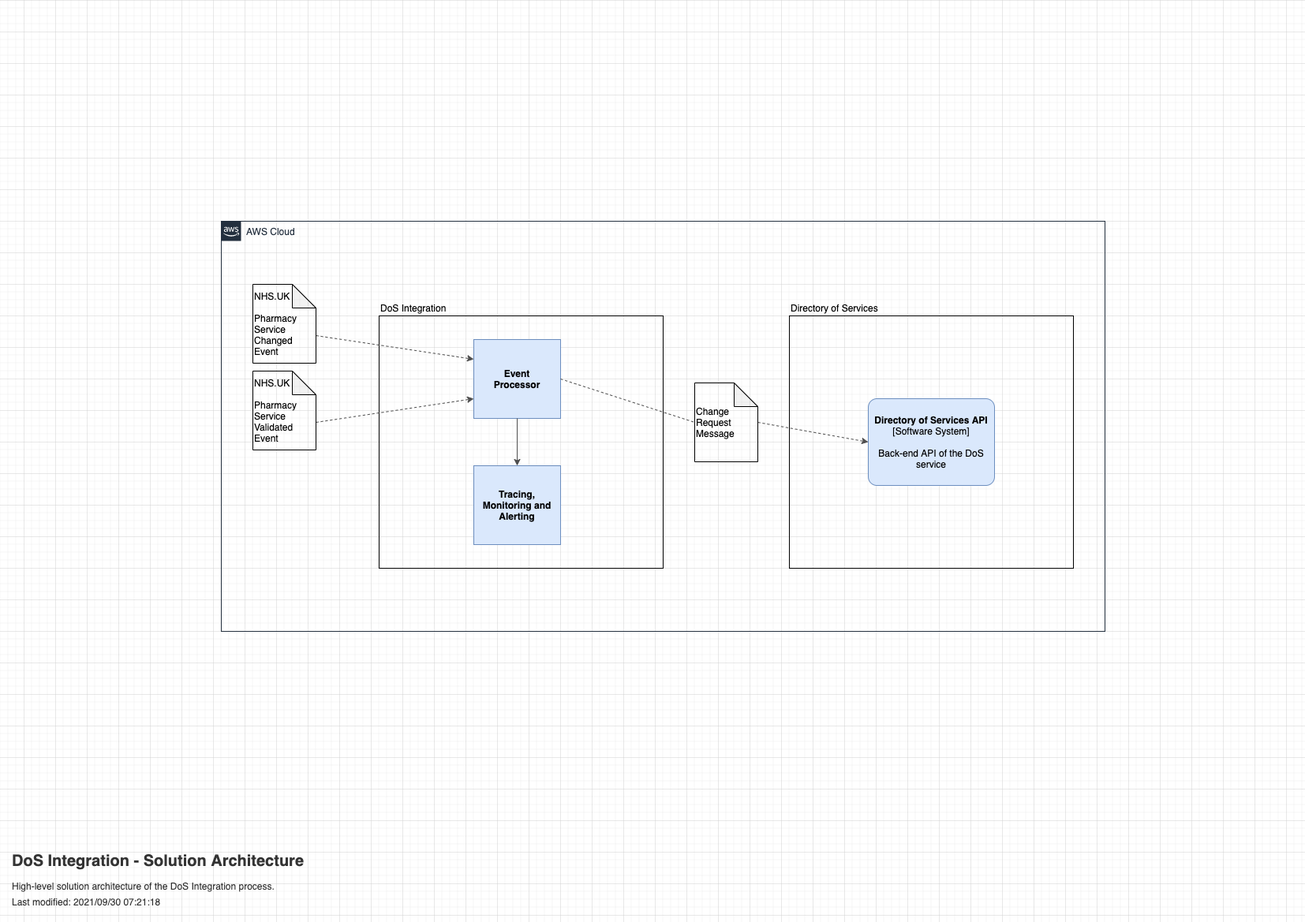
nhsd-exeter/dos-integration keeps this draw.io diagram as documentation/diagrams/DoS Integration - Solution Architecture.png. Above is the earlier version. Source tidied: cells renumbered, new cells last; positions are measured from the earlier drawing's top-left corner, leaving out a move shared by most shapes. Source of this version:
```xml
<mxGraphModel>
  <root>
    <mxCell id="0" />
    <mxCell id="1" parent="0" />
    <mxCell id="2" value="AWS Cloud" style="gradientColor=none;html=1;whiteSpace=wrap;fontSize=12;fontStyle=0;shape=mxgraph.aws4.group;grIcon=mxgraph.aws4.group_aws_cloud_alt;strokeColor=#232F3E;fillColor=none;verticalAlign=top;align=left;spacingLeft=30;dashed=0;fontColor=#232F3E;" parent="1" vertex="1">
      <mxGeometry x="270" width="1120" height="520" as="geometry" />
    </mxCell>
    <mxCell id="3" style="rounded=0;whiteSpace=wrap;html=1;fillColor=none;" parent="1" vertex="1">
      <mxGeometry x="470" y="120" width="360" height="320" as="geometry" />
    </mxCell>
    <mxCell id="4" value="Event&lt;br&gt;Processor" style="rounded=0;whiteSpace=wrap;html=1;fillColor=#dae8fc;strokeColor=#6c8ebf;fontStyle=1;" parent="1" vertex="1">
      <mxGeometry x="590" y="150" width="110" height="100" as="geometry" />
    </mxCell>
    <mxCell id="5" value="DoS Integration" style="text;html=1;strokeColor=none;fillColor=none;align=left;verticalAlign=middle;whiteSpace=wrap;rounded=0;fontStyle=0;" parent="1" vertex="1">
      <mxGeometry x="470" y="100" width="360" height="20" as="geometry" />
    </mxCell>
    <mxCell id="6" value="Tracing, Monitoring and Alerting" style="rounded=0;whiteSpace=wrap;html=1;fillColor=#dae8fc;strokeColor=#6c8ebf;fontStyle=1;" parent="1" vertex="1">
      <mxGeometry x="590" y="310" width="110" height="100" as="geometry" />
    </mxCell>
    <mxCell id="7" style="endArrow=classic;html=1;exitX=1;exitY=0.5;exitDx=0;exitDy=0;strokeColor=#4D4D4D;dashed=1;entryX=0;entryY=0.5;entryDx=0;entryDy=0;entryPerimeter=0;startArrow=none;" parent="1" edge="1" source="17" target="16">
      <mxGeometry relative="1" as="geometry" />
    </mxCell>
    <mxCell id="8" style="endArrow=classic;html=1;strokeColor=#4D4D4D;entryX=0.5;entryY=0;entryDx=0;entryDy=0;" parent="1" edge="1" source="4" target="6">
      <mxGeometry relative="1" as="geometry" />
    </mxCell>
    <mxCell id="9" value="&lt;h1&gt;&lt;font style=&quot;font-size: 20px&quot;&gt;DoS Integration - Solution Architecture&lt;/font&gt;&lt;/h1&gt;&lt;p style=&quot;line-height: 70%&quot;&gt;High-level solution architecture of the DoS Integration process.&lt;/p&gt;&lt;p style=&quot;line-height: 70%&quot;&gt;Last modified: 2021/09/30 07:21:18&lt;/p&gt;" style="text;html=1;strokeColor=none;fillColor=none;spacing=5;spacingTop=-20;whiteSpace=wrap;overflow=hidden;rounded=0;fontColor=#333333;" parent="1" vertex="1">
      <mxGeometry y="790" width="496" height="90" as="geometry" />
    </mxCell>
    <mxCell id="10" style="endArrow=classic;html=1;strokeColor=#4D4D4D;dashed=1;entryX=0;entryY=0.25;entryDx=0;entryDy=0;exitX=0;exitY=0;exitDx=80;exitDy=65;exitPerimeter=0;" parent="1" edge="1" source="12" target="4">
      <mxGeometry relative="1" as="geometry" />
    </mxCell>
    <mxCell id="11" style="endArrow=classic;html=1;strokeColor=#4D4D4D;dashed=1;entryX=0;entryY=0.75;entryDx=0;entryDy=0;exitX=0;exitY=0;exitDx=80;exitDy=65;exitPerimeter=0;" parent="1" edge="1" source="13" target="4">
      <mxGeometry relative="1" as="geometry" />
    </mxCell>
    <mxCell id="12" value="NHS.UK&lt;br&gt;&lt;br&gt;Pharmacy&lt;br&gt;Service&lt;br&gt;Changed&lt;br&gt;Event" style="shape=note;whiteSpace=wrap;html=1;backgroundOutline=1;darkOpacity=0.05;fillColor=none;align=left;" parent="1" vertex="1">
      <mxGeometry x="310" y="80" width="80" height="100" as="geometry" />
    </mxCell>
    <mxCell id="13" value="NHS.UK&lt;br&gt;&lt;br&gt;Pharmacy&lt;br&gt;Service&lt;br&gt;Validated Event" style="shape=note;whiteSpace=wrap;html=1;backgroundOutline=1;darkOpacity=0.05;fillColor=none;align=left;" parent="1" vertex="1">
      <mxGeometry x="310" y="190" width="80" height="100" as="geometry" />
    </mxCell>
    <mxCell id="14" style="rounded=0;whiteSpace=wrap;html=1;fillColor=none;" parent="1" vertex="1">
      <mxGeometry x="990" y="120" width="360" height="320" as="geometry" />
    </mxCell>
    <mxCell id="15" value="Directory of Services" style="text;html=1;strokeColor=none;fillColor=none;align=left;verticalAlign=middle;whiteSpace=wrap;rounded=0;fontStyle=0;" parent="1" vertex="1">
      <mxGeometry x="990" y="100" width="360" height="20" as="geometry" />
    </mxCell>
    <object id="16" label="&lt;b&gt;%c4Name%&lt;/b&gt;&lt;div&gt;[%c4Type%]&lt;/div&gt;&lt;br&gt;&lt;div&gt;%c4Description%&lt;/div&gt;" c4Description="Back-end API of the DoS service" c4Name="Directory of Services API" c4Type="Software System" placeholders="1">
      <mxCell style="rounded=1;whiteSpace=wrap;html=1;labelBackgroundColor=none;fillColor=#dae8fc;align=center;arcSize=10;strokeColor=#6c8ebf;metaData={&quot;c4Type&quot;:{&quot;editable&quot;:false}};points=[[0.25,0,0],[0.5,0,0],[0.75,0,0],[1,0.25,0],[1,0.5,0],[1,0.75,0],[0.75,1,0],[0.5,1,0],[0.25,1,0],[0,0.75,0],[0,0.5,0],[0,0.25,0]];" parent="1" vertex="1">
        <mxGeometry x="1090" y="225" width="160" height="110" as="geometry" />
      </mxCell>
    </object>
    <mxCell id="17" value="Change Request Message" style="shape=note;whiteSpace=wrap;html=1;backgroundOutline=1;darkOpacity=0.05;fillColor=none;align=left;" parent="1" vertex="1">
      <mxGeometry x="870" y="205" width="80" height="100" as="geometry" />
    </mxCell>
    <mxCell id="18" style="endArrow=none;html=1;exitX=1;exitY=0.5;exitDx=0;exitDy=0;strokeColor=#4D4D4D;dashed=1;entryX=0;entryY=0.5;entryDx=0;entryDy=0;entryPerimeter=0;" parent="1" edge="1" source="4" target="17">
      <mxGeometry relative="1" as="geometry" />
    </mxCell>
  </root>
</mxGraphModel>
```
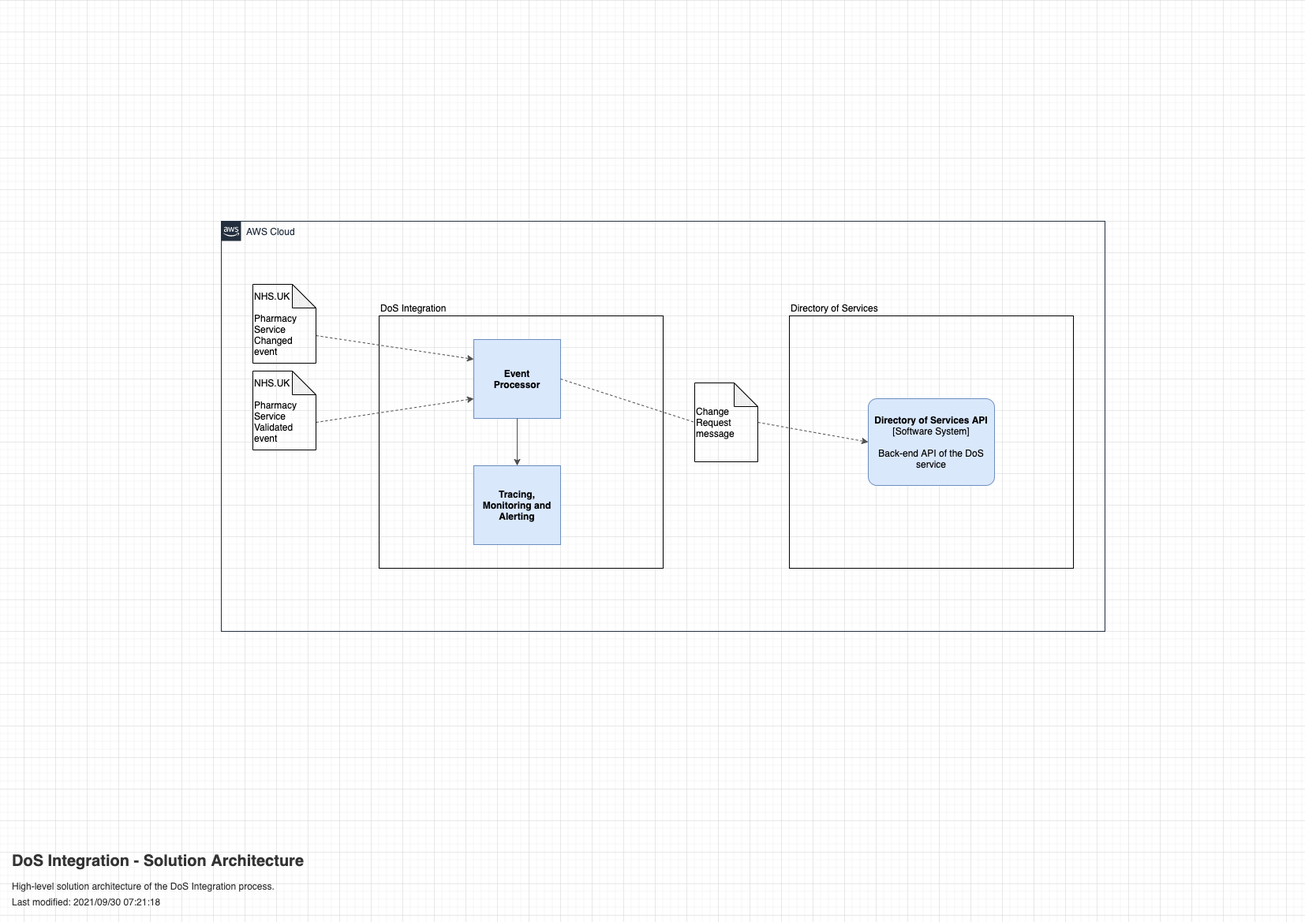
Above is the later version.

Commit message:
Update project configuration and diagrams

The edit, as a diff of the source:
```diff
@@ -32,10 +32,10 @@
     <mxCell id="11" style="endArrow=classic;html=1;strokeColor=#4D4D4D;dashed=1;entryX=0;entryY=0.75;entryDx=0;entryDy=0;exitX=0;exitY=0;exitDx=80;exitDy=65;exitPerimeter=0;" parent="1" edge="1" source="13" target="4">
       <mxGeometry relative="1" as="geometry" />
     </mxCell>
-    <mxCell id="12" value="NHS.UK&lt;br&gt;&lt;br&gt;Pharmacy&lt;br&gt;Service&lt;br&gt;Changed&lt;br&gt;Event" style="shape=note;whiteSpace=wrap;html=1;backgroundOutline=1;darkOpacity=0.05;fillColor=none;align=left;" parent="1" vertex="1">
+    <mxCell id="12" value="NHS.UK&lt;br&gt;&lt;br&gt;Pharmacy&lt;br&gt;Service&lt;br&gt;Changed&lt;br&gt;event" style="shape=note;whiteSpace=wrap;html=1;backgroundOutline=1;darkOpacity=0.05;fillColor=none;align=left;" parent="1" vertex="1">
       <mxGeometry x="310" y="80" width="80" height="100" as="geometry" />
     </mxCell>
-    <mxCell id="13" value="NHS.UK&lt;br&gt;&lt;br&gt;Pharmacy&lt;br&gt;Service&lt;br&gt;Validated Event" style="shape=note;whiteSpace=wrap;html=1;backgroundOutline=1;darkOpacity=0.05;fillColor=none;align=left;" parent="1" vertex="1">
+    <mxCell id="13" value="NHS.UK&lt;br&gt;&lt;br&gt;Pharmacy&lt;br&gt;Service&lt;br&gt;Validated event" style="shape=note;whiteSpace=wrap;html=1;backgroundOutline=1;darkOpacity=0.05;fillColor=none;align=left;" parent="1" vertex="1">
       <mxGeometry x="310" y="190" width="80" height="100" as="geometry" />
     </mxCell>
     <mxCell id="14" style="rounded=0;whiteSpace=wrap;html=1;fillColor=none;" parent="1" vertex="1">
@@ -49,7 +49,7 @@
         <mxGeometry x="1090" y="225" width="160" height="110" as="geometry" />
       </mxCell>
     </object>
-    <mxCell id="17" value="Change Request Message" style="shape=note;whiteSpace=wrap;html=1;backgroundOutline=1;darkOpacity=0.05;fillColor=none;align=left;" parent="1" vertex="1">
+    <mxCell id="17" value="Change Request message" style="shape=note;whiteSpace=wrap;html=1;backgroundOutline=1;darkOpacity=0.05;fillColor=none;align=left;" parent="1" vertex="1">
       <mxGeometry x="870" y="205" width="80" height="100" as="geometry" />
     </mxCell>
     <mxCell id="18" style="endArrow=none;html=1;exitX=1;exitY=0.5;exitDx=0;exitDy=0;strokeColor=#4D4D4D;dashed=1;entryX=0;entryY=0.5;entryDx=0;entryDy=0;entryPerimeter=0;" parent="1" edge="1" source="4" target="17">
```
